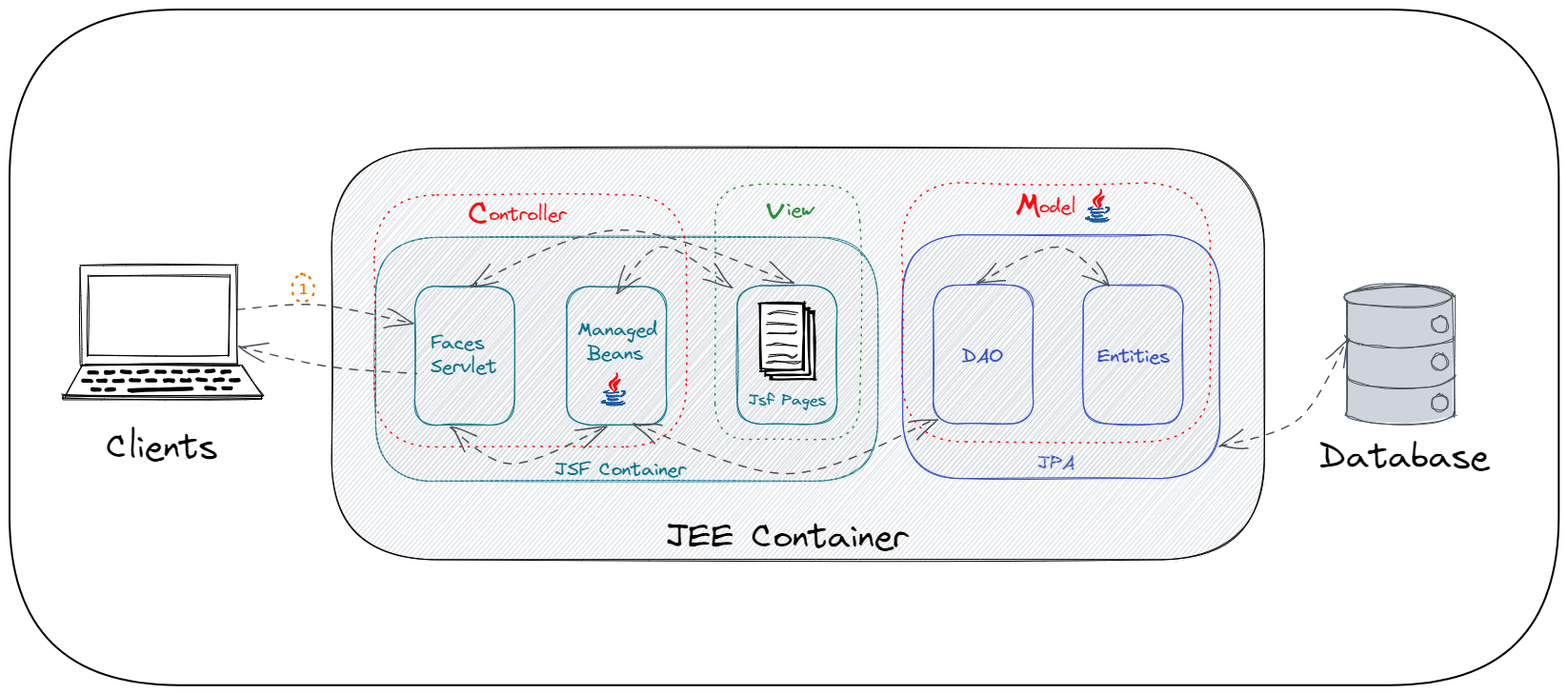
malouu/Diag_JEE keeps this Excalidraw diagram as MVC.excalidraw.png. Above is the earlier version. Source tidied: one line per element, renumbered; positions are measured from the earlier drawing's top-left corner, leaving out a move shared by most shapes.
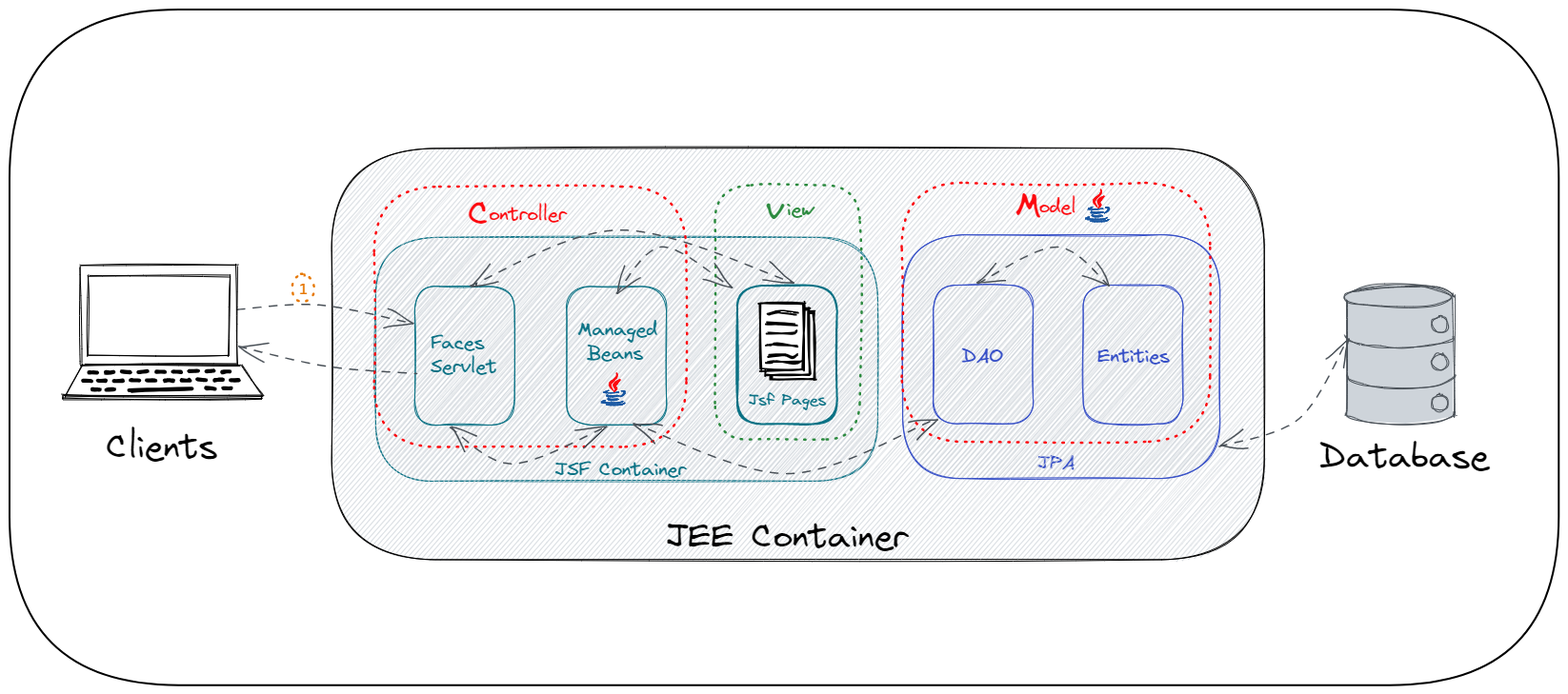
Above is the later version.

Diff of the diagram source:
```diff
@@ -12,24 +12,24 @@
 {"id": 11, "type": "rectangle", "strokeColor": "#364fc7", "strokeWidth": 1, "roughness": 1, "x": 1127, "y": 290, "width": 105, "height": 146}
 {"id": 12, "type": "text", "text": "Entities", "strokeColor": "#364fc7", "strokeWidth": 1, "roughness": 1, "fontSize": 20, "fontFamily": 1, "x": 1142, "y": 352, "width": 78, "height": 25}
 {"id": 13, "type": "text", "text": "JEE Container", "strokeColor": "#000000", "backgroundColor": "#ced4da", "fillStyle": "hachure", "strokeWidth": 1, "roughness": 1, "fontSize": 36, "fontFamily": 1, "x": 689, "y": 532, "width": 256, "height": 46}
-{"id": 14, "type": "rectangle", "strokeColor": "#fc090f", "strokeWidth": 1, "strokeStyle": "dotted", "roughness": 1, "x": 383, "y": 195, "width": 328, "height": 265}
+{"id": 14, "type": "rectangle", "strokeColor": "#fc090f", "strokeWidth": 2, "strokeStyle": "dotted", "roughness": 1, "x": 383, "y": 186, "width": 328, "height": 273}
 {"id": 15, "type": "text", "text": "ontroller", "strokeColor": "#fc090f", "strokeWidth": 1, "strokeStyle": "dotted", "roughness": 1, "fontSize": 20, "fontFamily": 1, "x": 503, "y": 203, "width": 83, "height": 25}
 {"id": 16, "type": "text", "text": "C", "strokeColor": "#fc090f", "strokeWidth": 1, "strokeStyle": "dotted", "roughness": 1, "fontSize": 36, "fontFamily": 1, "x": 481, "y": 193, "width": 25, "height": 46}
 {"id": 17, "type": "rectangle", "strokeColor": "#000000", "backgroundColor": "#fff", "fillStyle": "solid", "strokeWidth": 2, "roughness": 1, "x": 799, "y": 319, "width": 46, "height": 70}
 {"id": 18, "type": "rectangle", "strokeColor": "#000000", "backgroundColor": "#fff", "fillStyle": "solid", "strokeWidth": 2, "roughness": 1, "x": 794, "y": 314, "width": 46, "height": 70}
 {"id": 19, "type": "rectangle", "strokeColor": "#000000", "backgroundColor": "#fff", "fillStyle": "solid", "strokeWidth": 2, "roughness": 1, "x": 788, "y": 309, "width": 46, "height": 70}
-{"id": 20, "type": "line", "strokeColor": "#000000", "backgroundColor": "#fff", "fillStyle": "solid", "strokeWidth": 1, "roughness": 1, "x": 796, "y": 340, "width": 30, "height": 2, "points": [[0, 0], [26, 0], [30, -2]]}
+{"id": 20, "type": "line", "strokeColor": "#000000", "backgroundColor": "#fff", "fillStyle": "solid", "strokeWidth": 2, "roughness": 1, "x": 796, "y": 340, "width": 30, "height": 2, "points": [[0, 0], [26, 0], [30, -2]]}
-{"id": 21, "type": "line", "strokeColor": "#000000", "backgroundColor": "#fff", "fillStyle": "solid", "strokeWidth": 1, "roughness": 1, "x": 797, "y": 320, "width": 30, "height": 2, "points": [[0, 0], [11, -2], [30, 0]]}
+{"id": 21, "type": "line", "strokeColor": "#000000", "backgroundColor": "#fff", "fillStyle": "solid", "strokeWidth": 2, "roughness": 1, "x": 797, "y": 320, "width": 30, "height": 2, "points": [[0, 0], [11, -2], [30, 0]]}
-{"id": 22, "type": "line", "strokeColor": "#000000", "backgroundColor": "#fff", "fillStyle": "solid", "strokeWidth": 1, "roughness": 1, "x": 797, "y": 364, "width": 31, "height": 3, "points": [[0, 0], [17, 0], [24, 2], [31, -1]]}
+{"id": 22, "type": "line", "strokeColor": "#000000", "backgroundColor": "#fff", "fillStyle": "solid", "strokeWidth": 2, "roughness": 1, "x": 797, "y": 364, "width": 31, "height": 3, "points": [[0, 0], [17, 0], [24, 2], [31, -1]]}
-{"id": 23, "type": "line", "strokeColor": "#000000", "backgroundColor": "#fff", "fillStyle": "solid", "strokeWidth": 1, "roughness": 1, "x": 795, "y": 371, "width": 35, "height": 2, "points": [[0, 0], [7, -1], [10, -1], [30, 0], [35, -1]]}
+{"id": 23, "type": "line", "strokeColor": "#000000", "backgroundColor": "#fff", "fillStyle": "solid", "strokeWidth": 2, "roughness": 1, "x": 795, "y": 371, "width": 35, "height": 2, "points": [[0, 0], [7, -1], [10, -1], [30, 0], [35, -1]]}
-{"id": 24, "type": "line", "strokeColor": "#000000", "backgroundColor": "#fff", "fillStyle": "solid", "strokeWidth": 1, "roughness": 1, "x": 795, "y": 330, "width": 30, "height": 2, "points": [[0, 0], [12, 0], [30, 1]]}
+{"id": 24, "type": "line", "strokeColor": "#000000", "backgroundColor": "#fff", "fillStyle": "solid", "strokeWidth": 2, "roughness": 1, "x": 795, "y": 330, "width": 30, "height": 2, "points": [[0, 0], [12, 0], [30, 1]]}
-{"id": 25, "type": "line", "strokeColor": "#000000", "backgroundColor": "#fff", "fillStyle": "solid", "strokeWidth": 1, "roughness": 1, "x": 795, "y": 352, "width": 30, "height": 2, "points": [[0, 0], [5, 1], [12, 0], [30, 1]]}
+{"id": 25, "type": "line", "strokeColor": "#000000", "backgroundColor": "#fff", "fillStyle": "solid", "strokeWidth": 2, "roughness": 1, "x": 795, "y": 352, "width": 30, "height": 2, "points": [[0, 0], [5, 1], [12, 0], [30, 1]]}
-{"id": 26, "type": "rectangle", "strokeColor": "#0b7285", "strokeWidth": 1, "roughness": 1, "x": 764, "y": 290, "width": 105, "height": 146}
+{"id": 26, "type": "rectangle", "strokeColor": "#0b7285", "strokeWidth": 2, "roughness": 1, "x": 764, "y": 290, "width": 105, "height": 146}
-{"id": 27, "type": "text", "text": "Jsf Pages", "strokeColor": "#0b7285", "strokeWidth": 1, "roughness": 1, "fontSize": 16, "fontFamily": 1, "x": 776, "y": 401, "width": 83, "height": 20}
+{"id": 27, "type": "text", "text": "Jsf Pages", "strokeColor": "#0b7285", "strokeWidth": 2, "roughness": 1, "fontSize": 16, "fontFamily": 1, "x": 776, "y": 401, "width": 83, "height": 20}
-{"id": 28, "type": "rectangle", "strokeColor": "#2b8a3e", "strokeWidth": 1, "strokeStyle": "dotted", "roughness": 1, "x": 741, "y": 185, "width": 152, "height": 267}
+{"id": 28, "type": "rectangle", "strokeColor": "#2b8a3e", "strokeWidth": 2, "strokeStyle": "dotted", "roughness": 1, "x": 741, "y": 185, "width": 152, "height": 267}
-{"id": 29, "type": "text", "text": "iew", "strokeColor": "#2b8a3e", "strokeWidth": 1, "strokeStyle": "dotted", "roughness": 1, "fontSize": 20, "fontFamily": 1, "x": 816, "y": 198, "width": 30, "height": 25}
+{"id": 29, "type": "text", "text": "iew", "strokeColor": "#2b8a3e", "strokeWidth": 2, "strokeStyle": "dotted", "roughness": 1, "fontSize": 20, "fontFamily": 1, "x": 816, "y": 198, "width": 30, "height": 25}
-{"id": 30, "type": "text", "text": "v", "strokeColor": "#2b8a3e", "strokeWidth": 1, "strokeStyle": "dotted", "roughness": 1, "fontSize": 36, "fontFamily": 1, "x": 794, "y": 188, "width": 21, "height": 46}
+{"id": 30, "type": "text", "text": "v", "strokeColor": "#2b8a3e", "strokeWidth": 2, "strokeStyle": "dotted", "roughness": 1, "fontSize": 36, "fontFamily": 1, "x": 794, "y": 188, "width": 21, "height": 46}
-{"id": 31, "type": "rectangle", "strokeColor": "#fc090f", "strokeWidth": 1, "strokeStyle": "dotted", "roughness": 1, "x": 937, "y": 182, "width": 324, "height": 272}
+{"id": 31, "type": "rectangle", "strokeColor": "#fc090f", "strokeWidth": 2, "strokeStyle": "dotted", "roughness": 1, "x": 937, "y": 182, "width": 324, "height": 272}
 {"id": 32, "type": "line", "strokeColor": "#1555a1", "backgroundColor": "#1555a1", "fillStyle": "solid", "strokeWidth": 1, "roughness": 0, "x": 1137, "y": 207, "width": 15, "height": 3, "points": [[0, 0], [-4, 2], [-4, 2], [4, 3], [11, 2], [4, 2], [0, 2], [-3, 2], [-2, 1], [0, 0]]}
 {"id": 33, "type": "line", "strokeColor": "#1555a1", "backgroundColor": "#1555a1", "fillStyle": "solid", "strokeWidth": 1, "roughness": 0, "x": 1150, "y": 208, "width": 5, "height": 6, "points": [[0, 0], [2, 0], [3, 1], [3, 3], [1, 4], [-1, 6], [2, 5], [3, 4], [4, 2], [4, 0], [3, 0], [0, 0]]}
 {"id": 34, "type": "line", "strokeColor": "#1555a1", "backgroundColor": "#1555a1", "fillStyle": "solid", "strokeWidth": 1, "roughness": 0, "x": 1136, "y": 212, "width": 12, "height": 2, "points": [[0, 0], [-1, 1], [0, 2], [6, 2], [11, 2], [10, 1], [8, 1], [5, 1], [2, 1], [0, 1], [0, 0]]}
```
